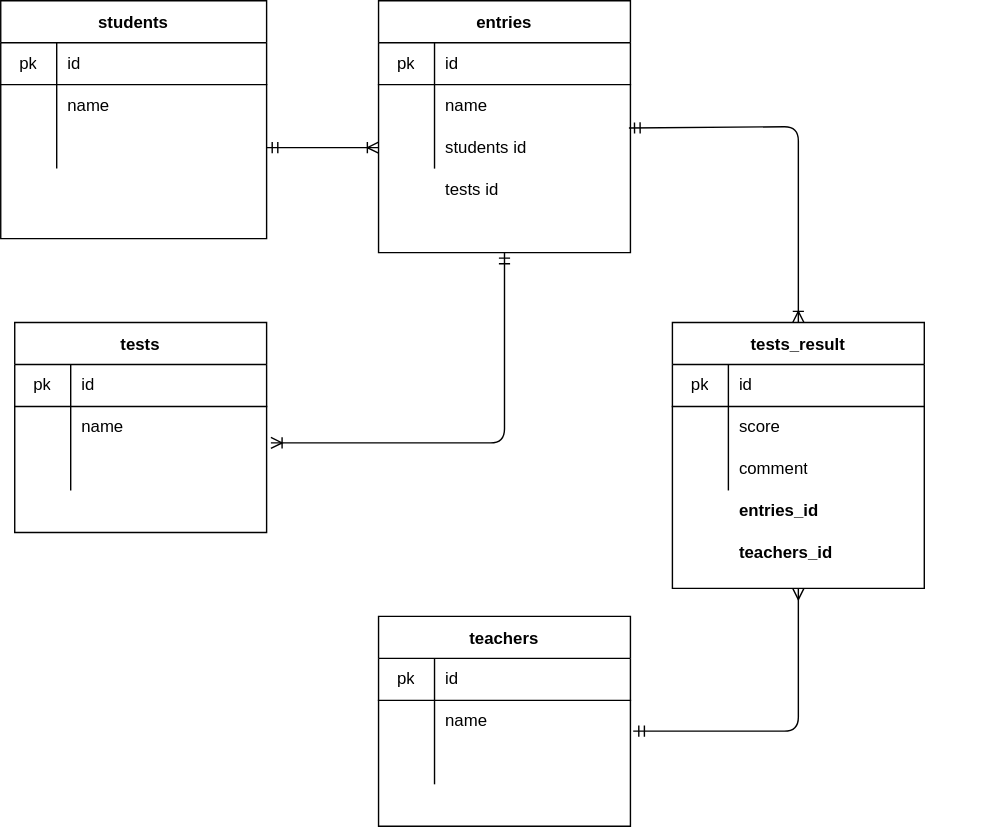
Above: 設計テスト.drawio.svg in fujiwaramatsuri/20211219fujiwara (draw.io), before the change. Source tidied: cells renumbered, new cells last; positions are measured from the earlier drawing's top-left corner, leaving out a move shared by most shapes.
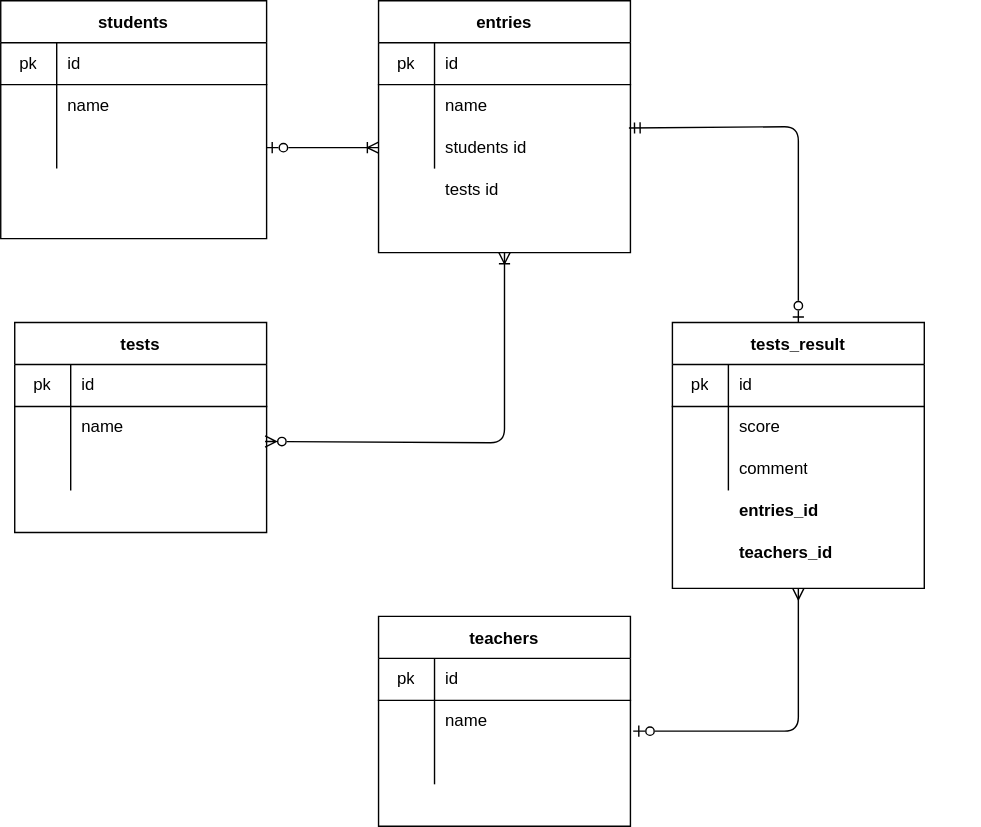
After the commit.

Change to the diagram source:
```diff
@@ -32,7 +32,7 @@
     <mxCell id="11" style="shape=partialRectangle;html=1;whiteSpace=wrap;fillColor=none;top=0;left=0;bottom=0;right=0;align=left;spacingLeft=6;overflow=hidden;" parent="9" vertex="1">
       <mxGeometry x="40" width="150" height="30" as="geometry" />
     </mxCell>
-    <mxCell id="12" style="edgeStyle=none;html=1;entryX=0.5;entryY=1;entryDx=0;entryDy=0;startArrow=ERmandOne;startFill=0;endArrow=ERmany;endFill=0;exitX=1.011;exitY=0.733;exitDx=0;exitDy=0;exitPerimeter=0;" parent="1" edge="1" source="17" target="23">
+    <mxCell id="12" style="edgeStyle=none;html=1;entryX=0.5;entryY=1;entryDx=0;entryDy=0;startArrow=ERzeroToOne;startFill=0;endArrow=ERmany;endFill=0;exitX=1.011;exitY=0.733;exitDx=0;exitDy=0;exitPerimeter=0;" parent="1" edge="1" source="17" target="23">
       <mxGeometry relative="1" as="geometry">
         <Array as="points">
           <mxPoint x="570" y="522" />
@@ -102,14 +102,14 @@
     <mxCell id="33" style="shape=partialRectangle;html=1;whiteSpace=wrap;fillColor=none;top=0;left=0;bottom=0;right=0;align=left;spacingLeft=6;overflow=hidden;" parent="1" vertex="1">
       <mxGeometry x="560" y="360" width="140" height="30" as="geometry" />
     </mxCell>
-    <mxCell id="34" style="edgeStyle=none;html=1;exitX=0.5;exitY=1;exitDx=0;exitDy=0;entryX=1.017;entryY=0.867;entryDx=0;entryDy=0;entryPerimeter=0;startArrow=ERmandOne;startFill=0;endArrow=ERoneToMany;endFill=0;" parent="1" edge="1" source="36" target="51">
+    <mxCell id="34" style="edgeStyle=none;html=1;entryX=0.5;entryY=1;entryDx=0;entryDy=0;startArrow=ERzeroToMany;startFill=0;endArrow=ERoneToMany;endFill=0;exitX=0.994;exitY=0.833;exitDx=0;exitDy=0;exitPerimeter=0;" parent="1" edge="1" source="51" target="36">
       <mxGeometry relative="1" as="geometry">
         <Array as="points">
           <mxPoint x="360" y="316" />
         </Array>
       </mxGeometry>
     </mxCell>
-    <mxCell id="35" style="edgeStyle=none;html=1;entryX=0.5;entryY=0;entryDx=0;entryDy=0;startArrow=ERmandOne;startFill=0;endArrow=ERoneToMany;endFill=0;exitX=0.994;exitY=0.033;exitDx=0;exitDy=0;exitPerimeter=0;" parent="1" edge="1" source="43" target="23">
+    <mxCell id="35" style="edgeStyle=none;html=1;entryX=0.5;entryY=0;entryDx=0;entryDy=0;startArrow=ERmandOne;startFill=0;endArrow=ERzeroToOne;endFill=0;exitX=0.994;exitY=0.033;exitDx=0;exitDy=0;exitPerimeter=0;" parent="1" edge="1" source="43" target="23">
       <mxGeometry relative="1" as="geometry">
         <Array as="points">
           <mxPoint x="570" y="90" />
@@ -146,7 +146,7 @@
     <mxCell id="45" value="students id" style="shape=partialRectangle;html=1;whiteSpace=wrap;fillColor=none;top=0;left=0;bottom=0;right=0;align=left;spacingLeft=6;overflow=hidden;" parent="43" vertex="1">
       <mxGeometry x="40" width="140" height="30" as="geometry" />
     </mxCell>
-    <mxCell id="46" style="edgeStyle=none;html=1;entryX=0;entryY=0.5;entryDx=0;entryDy=0;startArrow=ERmandOne;startFill=0;endArrow=ERoneToMany;endFill=0;exitX=1;exitY=0.5;exitDx=0;exitDy=0;" parent="1" edge="1" source="9" target="43">
+    <mxCell id="46" style="edgeStyle=none;html=1;entryX=0;entryY=0.5;entryDx=0;entryDy=0;startArrow=ERzeroToOne;startFill=0;endArrow=ERoneToMany;endFill=0;exitX=1;exitY=0.5;exitDx=0;exitDy=0;" parent="1" edge="1" source="9" target="43">
       <mxGeometry relative="1" as="geometry" />
     </mxCell>
     <mxCell id="47" value="tests" style="shape=table;startSize=30;rowLines=0;fontStyle=1;align=center;" parent="1" vertex="1">
```
